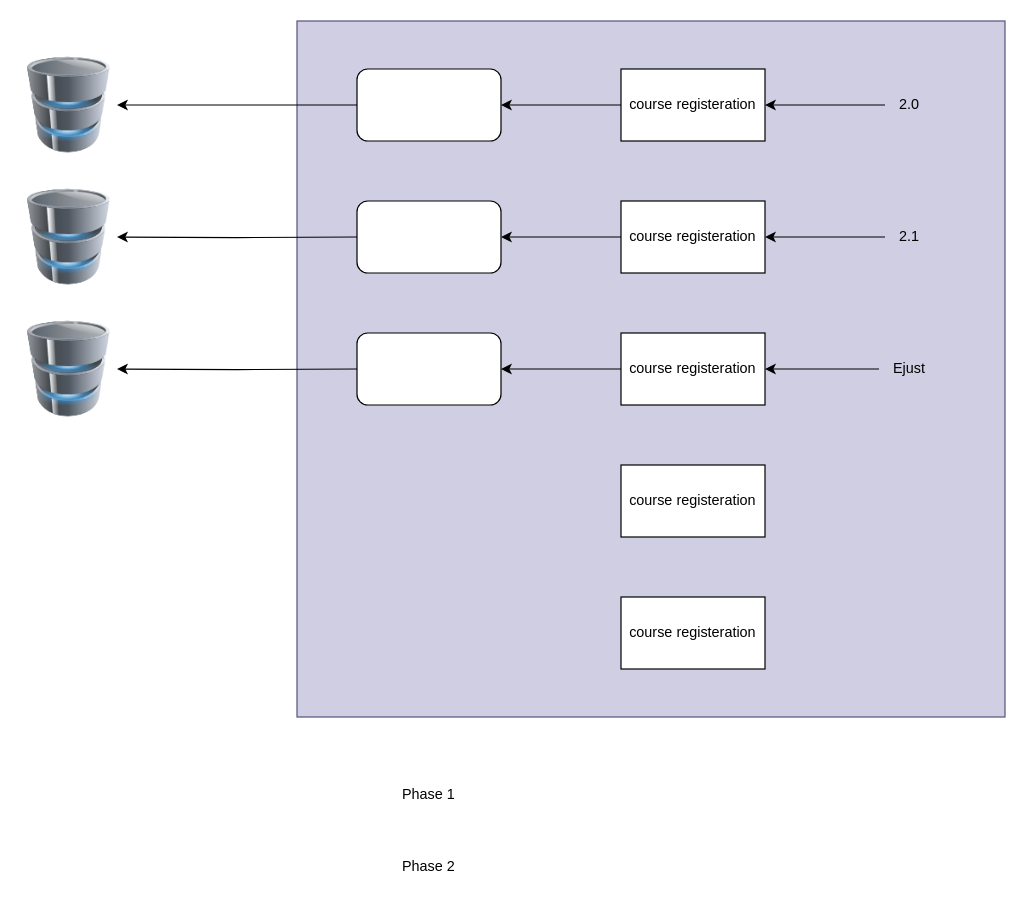
Mohamedmtc/Diagrams keeps this draw.io diagram as page "Page-6" (7 of 7) of SisV3.drawio. Above is the earlier version. Source tidied: cells renumbered, new cells numbered last; positions are measured from the earlier drawing's top-left corner, leaving out a move shared by most shapes. Both pictures are drawn from the tidied source at 120%, with x=0, y=0 at pixel (20, 20).
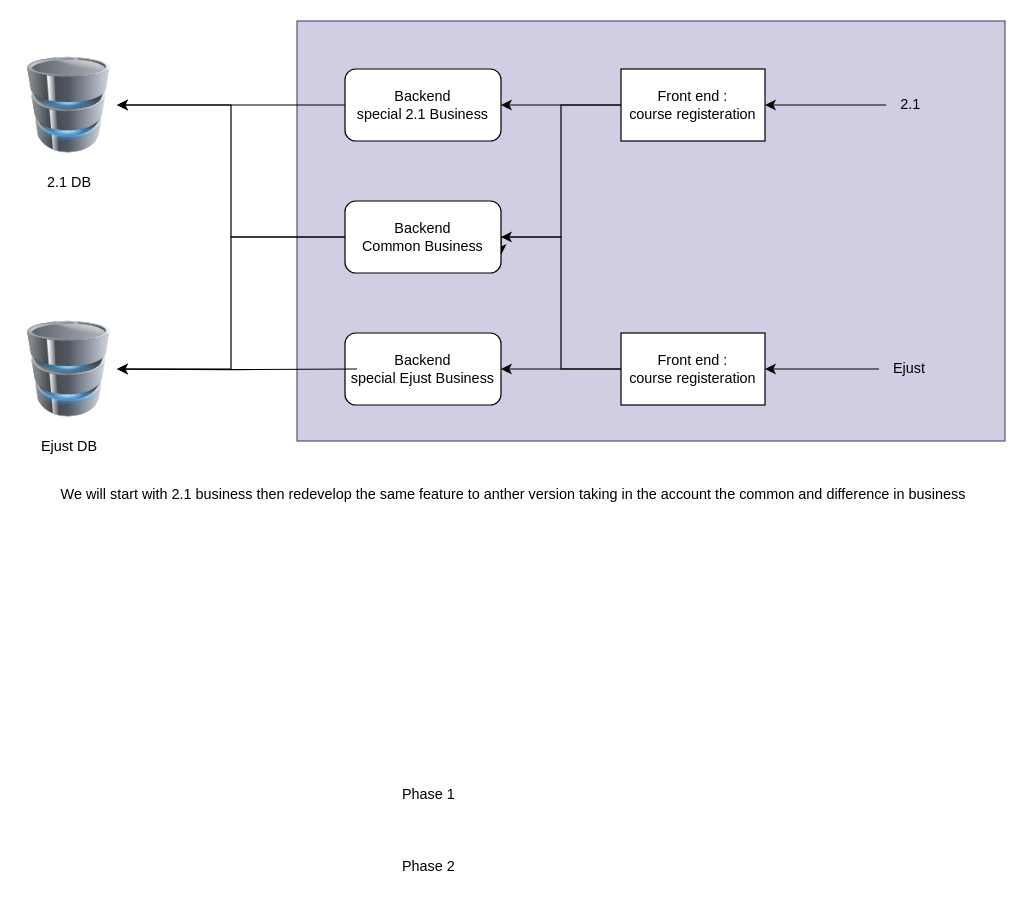
The same page after the edit.

Unchanged cells that the change refers to:
```xml
<mxCell id="21" style="image;html=1;image=img/lib/clip_art/computers/Database_128x128.png;" parent="1" vertex="1">
  <mxGeometry y="30" width="80" height="80" as="geometry" />
</mxCell>
<mxCell id="25" style="image;html=1;image=img/lib/clip_art/computers/Database_128x128.png;" parent="1" vertex="1">
  <mxGeometry y="250" width="80" height="80" as="geometry" />
</mxCell>
```

What changed in the source:
```diff
@@
     <mxCell id="2" style="rounded=0;whiteSpace=wrap;html=1;fillColor=#d0cee2;strokeColor=#56517e;" parent="1" vertex="1">
-      <mxGeometry x="230" width="590" height="580" as="geometry" />
+      <mxGeometry x="230" width="590" height="350" as="geometry" />
     </mxCell>
@@
+    <mxCell id="28" style="edgeStyle=orthogonalEdgeStyle;rounded=0;jettySize=auto;html=1;entryX=1;entryY=0.75;entryDx=0;entryDy=0;" parent="1" edge="1" source="4" target="19">
+      <mxGeometry relative="1" as="geometry">
+        <Array as="points">
+          <mxPoint x="450" y="70" />
+          <mxPoint x="450" y="180" />
+          <mxPoint x="400" y="180" />
+        </Array>
+      </mxGeometry>
+    </mxCell>
-    <mxCell id="4" value="course registeration" style="rounded=0;whiteSpace=wrap;html=1;" parent="1" vertex="1">
+    <mxCell id="4" value="Front end :&lt;br&gt;course registeration" style="rounded=0;whiteSpace=wrap;html=1;" parent="1" vertex="1">
       <mxGeometry x="500" y="40" width="120" height="60" as="geometry" />
     </mxCell>
-    <mxCell id="5" style="edgeStyle=orthogonalEdgeStyle;rounded=0;jettySize=auto;html=1;entryX=1;entryY=0.5;entryDx=0;entryDy=0;" parent="1" edge="1" source="6" target="19">
-      <mxGeometry relative="1" as="geometry" />
-    </mxCell>
-    <mxCell id="6" value="course registeration" style="rounded=0;whiteSpace=wrap;html=1;" parent="1" vertex="1">
-      <mxGeometry x="500" y="150" width="120" height="60" as="geometry" />
-    </mxCell>
@@
+    <mxCell id="29" style="edgeStyle=orthogonalEdgeStyle;rounded=0;jettySize=auto;html=1;entryX=1;entryY=0.5;entryDx=0;entryDy=0;" parent="1" edge="1" source="8" target="19">
+      <mxGeometry relative="1" as="geometry" />
+    </mxCell>
-    <mxCell id="8" value="course registeration" style="rounded=0;whiteSpace=wrap;html=1;" parent="1" vertex="1">
+    <mxCell id="8" value="Front end :&lt;br&gt;course registeration" style="rounded=0;whiteSpace=wrap;html=1;" parent="1" vertex="1">
       <mxGeometry x="500" y="260" width="120" height="60" as="geometry" />
     </mxCell>
-    <mxCell id="9" value="course registeration" style="rounded=0;whiteSpace=wrap;html=1;" parent="1" vertex="1">
-      <mxGeometry x="500" y="370" width="120" height="60" as="geometry" />
-    </mxCell>
-    <mxCell id="10" value="course registeration" style="rounded=0;whiteSpace=wrap;html=1;" parent="1" vertex="1">
-      <mxGeometry x="500" y="480" width="120" height="60" as="geometry" />
-    </mxCell>
@@
-    <mxCell id="12" value="2.0" style="text;html=1;align=center;verticalAlign=middle;points=[];strokeColor=none;fillColor=none;" parent="1" vertex="1">
-      <mxGeometry x="720" y="55" width="40" height="30" as="geometry" />
+    <mxCell id="12" value="2.1" style="text;html=1;align=center;verticalAlign=middle;points=[];strokeColor=none;fillColor=none;" parent="1" vertex="1">
+      <mxGeometry x="721" y="55" width="40" height="30" as="geometry" />
     </mxCell>
-    <mxCell id="13" style="edgeStyle=orthogonalEdgeStyle;rounded=0;jettySize=auto;html=1;" parent="1" edge="1" source="14" target="6">
-      <mxGeometry relative="1" as="geometry" />
-    </mxCell>
-    <mxCell id="14" value="2.1" style="text;html=1;align=center;verticalAlign=middle;points=[];strokeColor=none;fillColor=none;" parent="1" vertex="1">
-      <mxGeometry x="720" y="165" width="40" height="30" as="geometry" />
-    </mxCell>
@@
-    <mxCell id="18" style="rounded=1;whiteSpace=wrap;html=1;" parent="1" vertex="1">
-      <mxGeometry x="280" y="40" width="120" height="60" as="geometry" />
+    <mxCell id="18" value="Backend&lt;br&gt;special 2.1 Business" style="rounded=1;whiteSpace=wrap;html=1;" parent="1" vertex="1">
+      <mxGeometry x="270" y="40" width="130" height="60" as="geometry" />
     </mxCell>
+    <mxCell id="30" style="edgeStyle=orthogonalEdgeStyle;rounded=0;jettySize=auto;html=1;entryX=1;entryY=0.5;entryDx=0;entryDy=0;" parent="1" edge="1" source="19" target="21">
+      <mxGeometry relative="1" as="geometry" />
+    </mxCell>
+    <mxCell id="31" style="edgeStyle=orthogonalEdgeStyle;rounded=0;jettySize=auto;html=1;entryX=1;entryY=0.5;entryDx=0;entryDy=0;" parent="1" edge="1" source="19" target="25">
+      <mxGeometry relative="1" as="geometry" />
+    </mxCell>
-    <mxCell id="19" style="rounded=1;whiteSpace=wrap;html=1;" parent="1" vertex="1">
-      <mxGeometry x="280" y="150" width="120" height="60" as="geometry" />
+    <mxCell id="19" value="Backend&lt;br&gt;Common Business" style="rounded=1;whiteSpace=wrap;html=1;" parent="1" vertex="1">
+      <mxGeometry x="270" y="150" width="130" height="60" as="geometry" />
     </mxCell>
-    <mxCell id="20" style="rounded=1;whiteSpace=wrap;html=1;" parent="1" vertex="1">
-      <mxGeometry x="280" y="260" width="120" height="60" as="geometry" />
+    <mxCell id="20" value="Backend&lt;br&gt;special Ejust Business" style="rounded=1;whiteSpace=wrap;html=1;" parent="1" vertex="1">
+      <mxGeometry x="270" y="260" width="130" height="60" as="geometry" />
     </mxCell>
@@
-    <mxCell id="22" style="edgeStyle=orthogonalEdgeStyle;rounded=0;jettySize=auto;html=1;" parent="1" edge="1" target="23">
-      <mxGeometry relative="1" as="geometry">
-        <mxPoint x="280" y="180" as="sourcePoint" />
-      </mxGeometry>
-    </mxCell>
-    <mxCell id="23" style="image;html=1;image=img/lib/clip_art/computers/Database_128x128.png;" parent="1" vertex="1">
-      <mxGeometry y="140" width="80" height="80" as="geometry" />
-    </mxCell>
@@
+    <mxCell id="32" value="2.1 DB" style="text;html=1;align=center;verticalAlign=middle;strokeColor=none;fillColor=none;" parent="1" vertex="1">
+      <mxGeometry x="10" y="120" width="60" height="30" as="geometry" />
+    </mxCell>
+    <mxCell id="33" value="Ejust DB" style="text;html=1;align=center;verticalAlign=middle;strokeColor=none;fillColor=none;" parent="1" vertex="1">
+      <mxGeometry x="5" y="340" width="70" height="30" as="geometry" />
+    </mxCell>
+    <mxCell id="34" value="We will start with 2.1 business then redevelop the same feature to anther version taking in the account the common and difference in business" style="text;html=1;align=center;verticalAlign=middle;strokeColor=none;fillColor=none;" parent="1" vertex="1">
+      <mxGeometry x="20" y="380" width="780" height="30" as="geometry" />
+    </mxCell>
```
